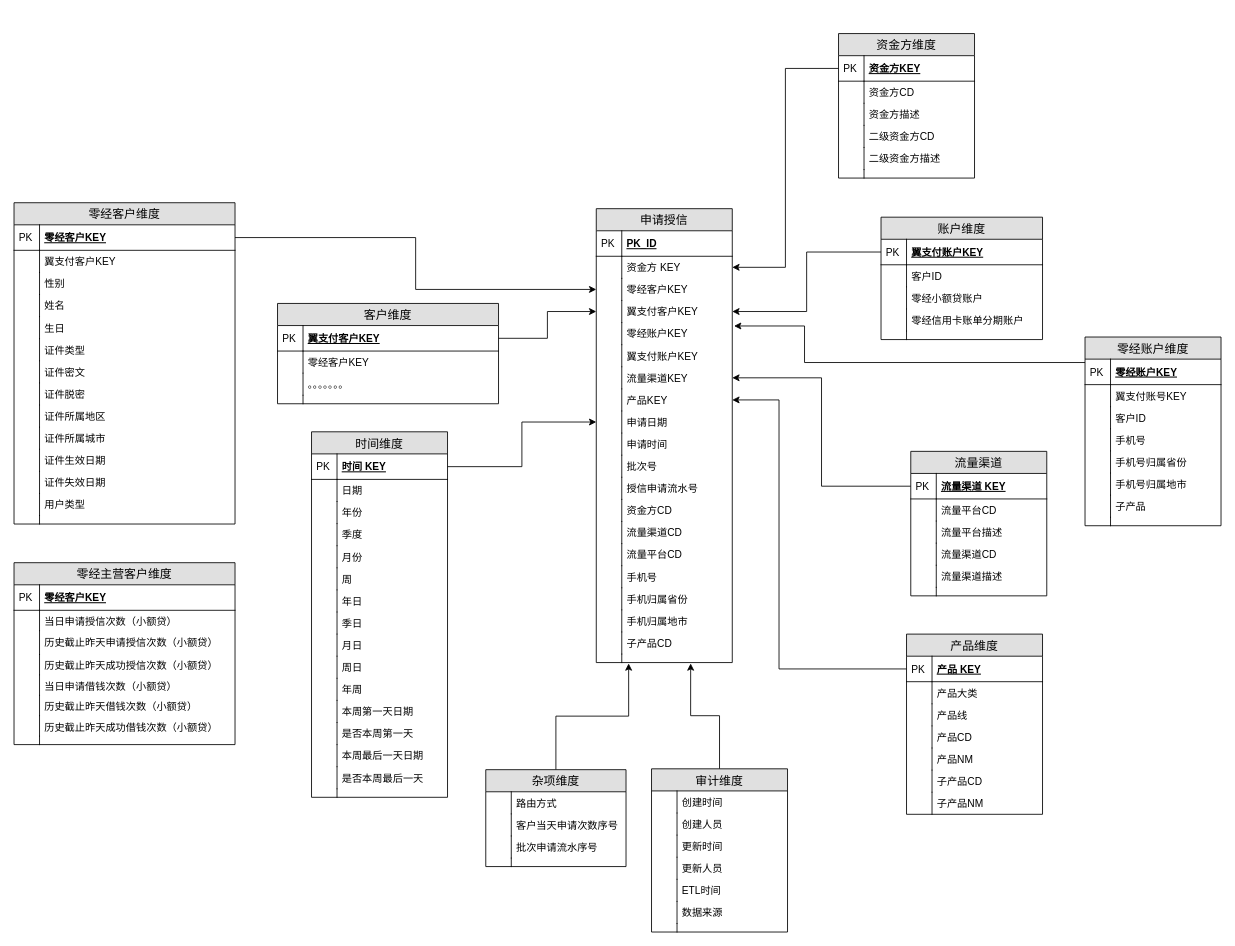
This is page "申请授信" (1 of 2) of 授信域.drawio from CarryNi/Orange, a draw.io file, before an edit. Source tidied: cells renumbered, new cells numbered last; positions are measured from the earlier drawing's top-left corner, leaving out a move shared by most shapes. Both pictures are drawn from the tidied source at 85%, with x=0, y=0 at pixel (14, 33).
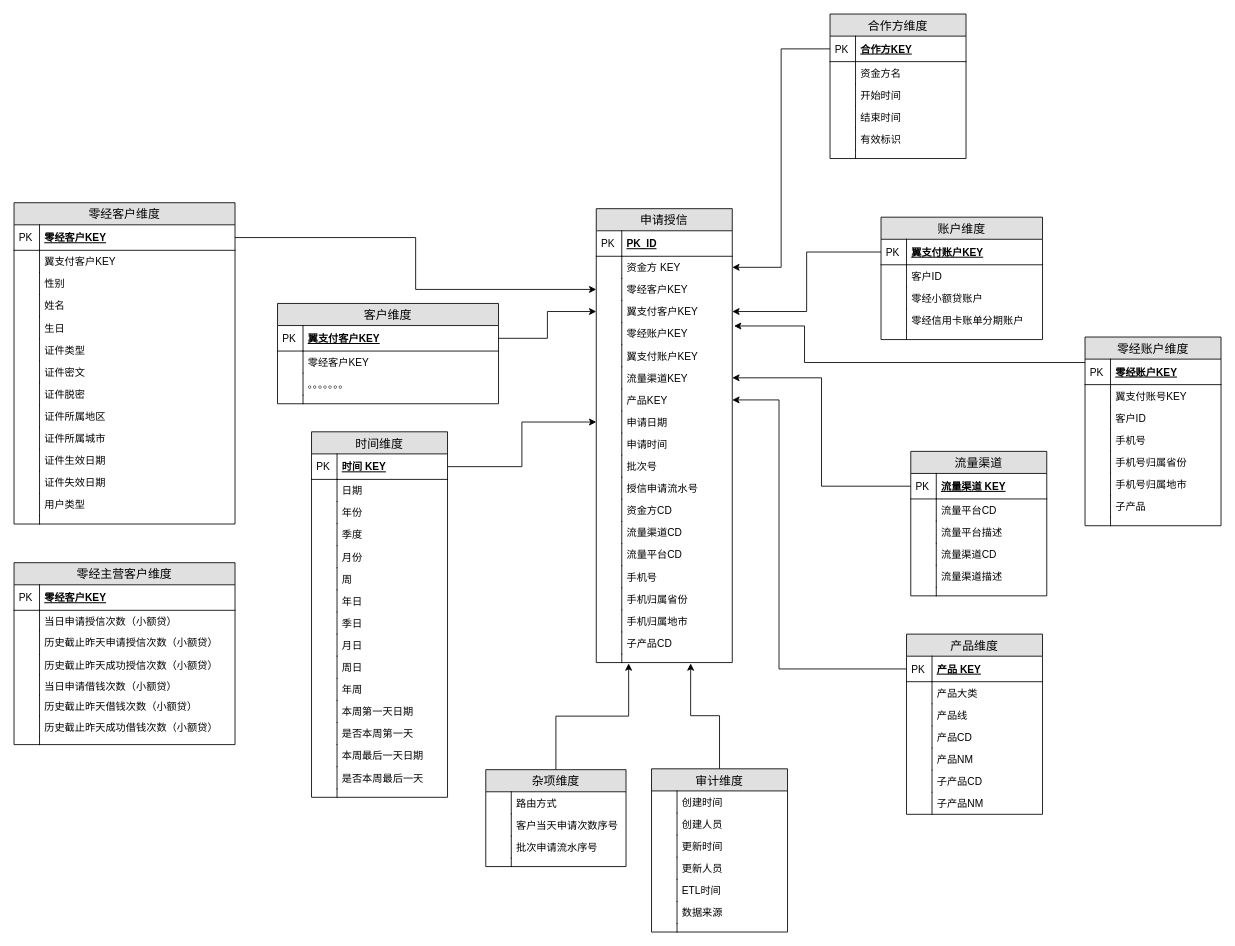
The same diagram, later.

Diff of the diagram source:
```diff
@@
-    <mxCell id="204" value="资金方维度" style="swimlane;fontStyle=0;horizontal=1;startSize=26;fillColor=#e0e0e0;swimlaneFillColor=#ffffff;align=center;fontSize=14;" parent="1" vertex="1">
-      <mxGeometry x="970" width="160" height="170" as="geometry" />
+    <mxCell id="204" value="合作方维度" style="swimlane;fontStyle=0;horizontal=1;startSize=26;fillColor=#e0e0e0;swimlaneFillColor=#ffffff;align=center;fontSize=14;" parent="1" vertex="1">
+      <mxGeometry x="960" y="-23" width="160" height="170" as="geometry" />
     </mxCell>
-    <mxCell id="205" value="资金方KEY" style="shape=partialRectangle;top=0;left=0;right=0;bottom=1;align=left;verticalAlign=middle;fillColor=none;spacingLeft=34;spacingRight=4;overflow=hidden;points=[[0,0.5],[1,0.5]];portConstraint=eastwest;fontStyle=5;fontSize=12;" parent="204" vertex="1">
+    <mxCell id="205" value="合作方KEY" style="shape=partialRectangle;top=0;left=0;right=0;bottom=1;align=left;verticalAlign=middle;fillColor=none;spacingLeft=34;spacingRight=4;overflow=hidden;points=[[0,0.5],[1,0.5]];portConstraint=eastwest;fontStyle=5;fontSize=12;" parent="204" vertex="1">
       <mxGeometry y="26" width="160" height="30" as="geometry" />
     </mxCell>
@@
-    <mxCell id="207" value="资金方CD" style="shape=partialRectangle;top=0;left=0;right=0;bottom=0;align=left;verticalAlign=top;fillColor=none;spacingLeft=34;spacingRight=4;overflow=hidden;fontSize=12;" parent="204" vertex="1">
+    <mxCell id="207" value="资金方名" style="shape=partialRectangle;top=0;left=0;right=0;bottom=0;align=left;verticalAlign=top;fillColor=none;spacingLeft=34;spacingRight=4;overflow=hidden;fontSize=12;" parent="204" vertex="1">
       <mxGeometry y="56" width="160" height="26" as="geometry" />
     </mxCell>
@@
-    <mxCell id="209" value="资金方描述" style="shape=partialRectangle;top=0;left=0;right=0;bottom=0;align=left;verticalAlign=top;fillColor=none;spacingLeft=34;spacingRight=4;overflow=hidden;fontSize=12;" parent="204" vertex="1">
-      <mxGeometry y="82" width="160" height="26" as="geometry" />
-    </mxCell>
-    <mxCell id="210" style="shape=partialRectangle;top=0;left=0;bottom=0;fillColor=none;align=left;verticalAlign=top;spacingLeft=4;spacingRight=4;overflow=hidden;fontSize=12;" parent="209" vertex="1">
-      <mxGeometry width="30" height="26" as="geometry" />
-    </mxCell>
-    <mxCell id="211" value="二级资金方CD" style="shape=partialRectangle;top=0;left=0;right=0;bottom=0;align=left;verticalAlign=top;fillColor=none;spacingLeft=34;spacingRight=4;overflow=hidden;fontSize=12;" parent="204" vertex="1">
-      <mxGeometry y="108" width="160" height="26" as="geometry" />
+    <mxCell id="211" value="开始时间" style="shape=partialRectangle;top=0;left=0;right=0;bottom=0;align=left;verticalAlign=top;fillColor=none;spacingLeft=34;spacingRight=4;overflow=hidden;fontSize=12;" parent="204" vertex="1">
+      <mxGeometry y="82" width="160" height="26" as="geometry" />
     </mxCell>
@@
-    <mxCell id="213" value="二级资金方描述" style="shape=partialRectangle;top=0;left=0;right=0;bottom=0;align=left;verticalAlign=top;fillColor=none;spacingLeft=34;spacingRight=4;overflow=hidden;fontSize=12;" parent="204" vertex="1">
-      <mxGeometry y="134" width="160" height="26" as="geometry" />
+    <mxCell id="213" value="结束时间" style="shape=partialRectangle;top=0;left=0;right=0;bottom=0;align=left;verticalAlign=top;fillColor=none;spacingLeft=34;spacingRight=4;overflow=hidden;fontSize=12;" parent="204" vertex="1">
+      <mxGeometry y="108" width="160" height="26" as="geometry" />
     </mxCell>
@@
+    <mxCell id="234" value="有效标识" style="shape=partialRectangle;top=0;left=0;right=0;bottom=0;align=left;verticalAlign=top;fillColor=none;spacingLeft=34;spacingRight=4;overflow=hidden;fontSize=12;" parent="204" vertex="1">
+      <mxGeometry y="134" width="160" height="26" as="geometry" />
+    </mxCell>
+    <mxCell id="210" style="shape=partialRectangle;top=0;left=0;bottom=0;fillColor=none;align=left;verticalAlign=top;spacingLeft=4;spacingRight=4;overflow=hidden;fontSize=12;" parent="234" vertex="1">
+      <mxGeometry width="30" height="26" as="geometry" />
+    </mxCell>
```
